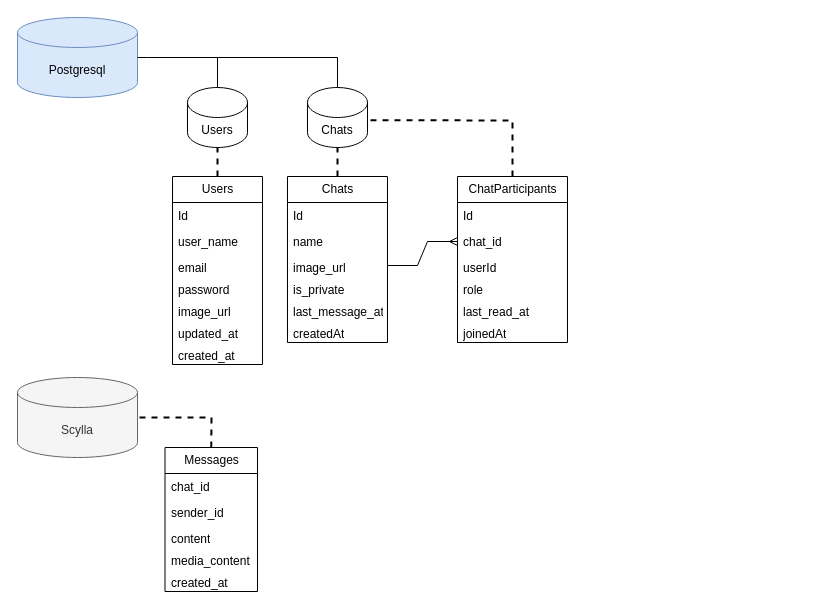
Kuba072002/social-service keeps this draw.io diagram as page "Strona-3" (3 of 4) of architecture.drawio. Above is the earlier version. Source tidied: cells renumbered, new cells numbered last; positions are measured from the earlier drawing's top-left corner, leaving out a move shared by most shapes. Both pictures are drawn from the tidied source at 100%, with x=0, y=0 at pixel (17, 17).
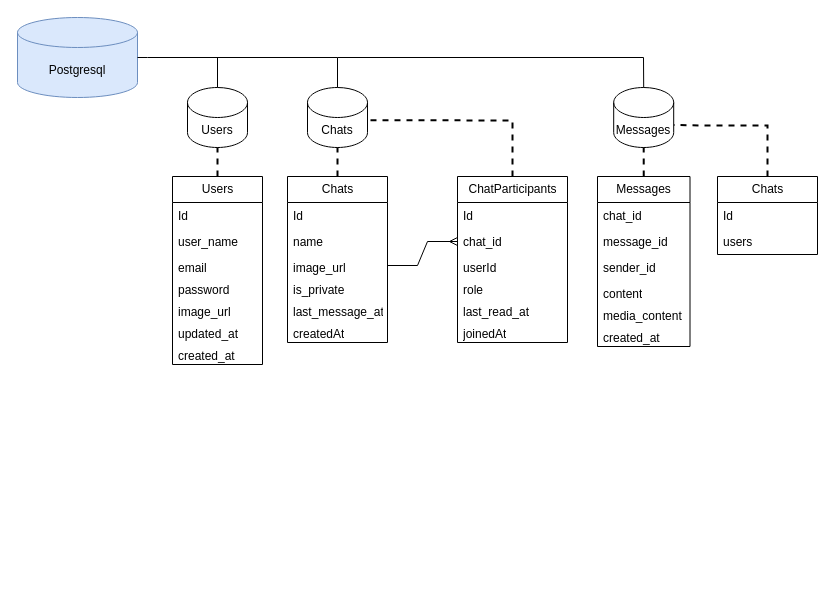
Above is the later version.

The change refers to these unchanged cells:
```xml
<mxCell id="2" value="Postgresql" style="shape=cylinder3;whiteSpace=wrap;html=1;boundedLbl=1;backgroundOutline=1;size=15;fillColor=#dae8fc;strokeColor=#6c8ebf;" parent="1" vertex="1">
  <mxGeometry width="120" height="80" as="geometry" />
</mxCell>
<mxCell id="4" value="Chats" style="shape=cylinder3;whiteSpace=wrap;html=1;boundedLbl=1;backgroundOutline=1;size=15;" parent="1" vertex="1">
  <mxGeometry x="290" y="70" width="60" height="60" as="geometry" />
</mxCell>
```

Change to the diagram source:
```diff
@@
-    <mxCell id="5" style="endArrow=none;html=1;rounded=0;entryX=0.5;entryY=0;entryDx=0;entryDy=0;entryPerimeter=0;exitX=1;exitY=0.5;exitDx=0;exitDy=0;exitPerimeter=0;" parent="1" edge="1" source="2" target="4">
+    <mxCell id="5" style="endArrow=none;html=1;rounded=0;entryX=0.5;entryY=0;entryDx=0;entryDy=0;entryPerimeter=0;exitX=1;exitY=0.5;exitDx=0;exitDy=0;exitPerimeter=0;" parent="1" edge="1">
       <mxGeometry relative="1" as="geometry">
+        <mxPoint x="120" y="40" as="sourcePoint" />
+        <mxPoint x="320" y="70" as="targetPoint" />
         <Array as="points">
           <mxPoint x="130" y="40" />
           <mxPoint x="320" y="40" />
         </Array>
       </mxGeometry>
     </mxCell>
@@
-    <mxCell id="30" value="Scylla" style="shape=cylinder3;whiteSpace=wrap;html=1;boundedLbl=1;backgroundOutline=1;size=15;fillColor=#f5f5f5;fontColor=#333333;strokeColor=#666666;" parent="1" vertex="1">
-      <mxGeometry y="360" width="120" height="80" as="geometry" />
-    </mxCell>
     <mxCell id="31" value="Messages" style="swimlane;fontStyle=0;horizontal=1;startSize=26;fillColor=none;html=1;" parent="1" vertex="1">
-      <mxGeometry x="147.5" y="430" width="92.5" height="144" as="geometry" />
+      <mxGeometry x="580" y="159" width="92.5" height="170" as="geometry" />
     </mxCell>
@@
+    <mxCell id="41" value="message_id" style="text;strokeColor=none;fillColor=none;align=left;verticalAlign=top;spacingLeft=4;spacingRight=4;overflow=hidden;whiteSpace=wrap;html=1;" parent="31" vertex="1">
+      <mxGeometry y="52" width="92.5" height="26" as="geometry" />
+    </mxCell>
     <mxCell id="33" value="sender_id" style="text;strokeColor=none;fillColor=none;align=left;verticalAlign=top;spacingLeft=4;spacingRight=4;overflow=hidden;whiteSpace=wrap;html=1;" parent="31" vertex="1">
-      <mxGeometry y="52" width="92.5" height="26" as="geometry" />
+      <mxGeometry y="78" width="92.5" height="26" as="geometry" />
     </mxCell>
     <mxCell id="34" value="content" style="text;strokeColor=none;fillColor=none;align=left;verticalAlign=top;spacingLeft=4;spacingRight=4;overflow=hidden;whiteSpace=wrap;html=1;" parent="31" vertex="1">
-      <mxGeometry y="78" width="92.5" height="22" as="geometry" />
+      <mxGeometry y="104" width="92.5" height="22" as="geometry" />
     </mxCell>
     <mxCell id="35" value="media_content" style="text;strokeColor=none;fillColor=none;align=left;verticalAlign=top;spacingLeft=4;spacingRight=4;overflow=hidden;whiteSpace=wrap;html=1;" parent="31" vertex="1">
-      <mxGeometry y="100" width="92.5" height="22" as="geometry" />
+      <mxGeometry y="126" width="92.5" height="22" as="geometry" />
     </mxCell>
     <mxCell id="36" value="created_at" style="text;strokeColor=none;fillColor=none;align=left;verticalAlign=top;spacingLeft=4;spacingRight=4;overflow=hidden;whiteSpace=wrap;html=1;" parent="31" vertex="1">
-      <mxGeometry y="122" width="92.5" height="22" as="geometry" />
+      <mxGeometry y="148" width="92.5" height="22" as="geometry" />
     </mxCell>
@@
-    <mxCell id="40" style="endArrow=none;dashed=1;html=1;strokeWidth=2;rounded=0;entryX=1;entryY=0.5;entryDx=0;entryDy=0;entryPerimeter=0;exitX=0.5;exitY=0;exitDx=0;exitDy=0;" parent="1" edge="1" source="31" target="30">
+    <mxCell id="40" style="endArrow=none;dashed=1;html=1;strokeWidth=2;rounded=0;entryX=1;entryY=0;entryDx=0;entryDy=37.5;entryPerimeter=0;exitX=0.5;exitY=0;exitDx=0;exitDy=0;" parent="1" edge="1" source="44" target="42">
       <mxGeometry relative="1" as="geometry">
         <Array as="points">
-          <mxPoint x="194" y="400" />
-          <mxPoint x="140" y="400" />
+          <mxPoint x="750" y="108" />
+          <mxPoint x="684" y="108" />
         </Array>
       </mxGeometry>
     </mxCell>
+    <mxCell id="42" value="Messages" style="shape=cylinder3;whiteSpace=wrap;html=1;boundedLbl=1;backgroundOutline=1;size=15;" parent="1" vertex="1">
+      <mxGeometry x="596.2" y="70" width="60" height="60" as="geometry" />
+    </mxCell>
+    <mxCell id="43" style="endArrow=none;html=1;rounded=0;entryX=0.5;entryY=0;entryDx=0;entryDy=0;entryPerimeter=0;" parent="1" edge="1" target="42">
+      <mxGeometry relative="1" as="geometry">
+        <mxPoint x="320" y="40" as="sourcePoint" />
+        <Array as="points">
+          <mxPoint x="626" y="40" />
+        </Array>
+      </mxGeometry>
+    </mxCell>
+    <mxCell id="44" value="Chats" style="swimlane;fontStyle=0;horizontal=1;startSize=26;fillColor=none;html=1;" parent="1" vertex="1">
+      <mxGeometry x="700" y="159" width="100" height="78" as="geometry" />
+    </mxCell>
+    <mxCell id="45" value="Id" style="text;strokeColor=none;fillColor=none;align=left;verticalAlign=top;spacingLeft=4;spacingRight=4;overflow=hidden;whiteSpace=wrap;html=1;" parent="44" vertex="1">
+      <mxGeometry y="26" width="100" height="26" as="geometry" />
+    </mxCell>
+    <mxCell id="46" value="users" style="text;strokeColor=none;fillColor=none;align=left;verticalAlign=top;spacingLeft=4;spacingRight=4;overflow=hidden;whiteSpace=wrap;html=1;" parent="44" vertex="1">
+      <mxGeometry y="52" width="100" height="26" as="geometry" />
+    </mxCell>
+    <mxCell id="47" style="endArrow=none;dashed=1;html=1;strokeWidth=2;rounded=0;exitX=0.5;exitY=0;exitDx=0;exitDy=0;entryX=0.5;entryY=1;entryDx=0;entryDy=0;entryPerimeter=0;" parent="1" edge="1" source="31" target="42">
+      <mxGeometry relative="1" as="geometry" />
+    </mxCell>
```
